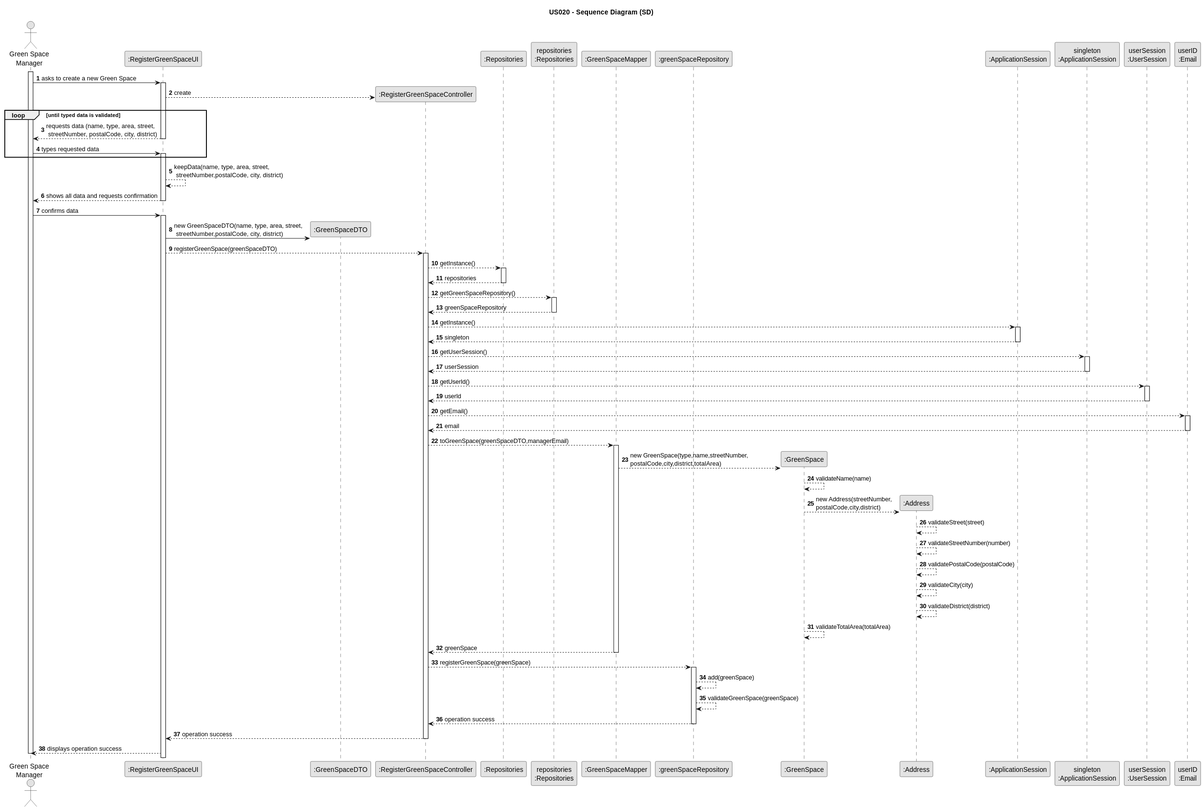
Before: docs/sprintC/us020/03.design/svg/us020-sequence-diagram.svg, a diagram exported from PlantUML (Rui-San/LAPR2_2023_2024).
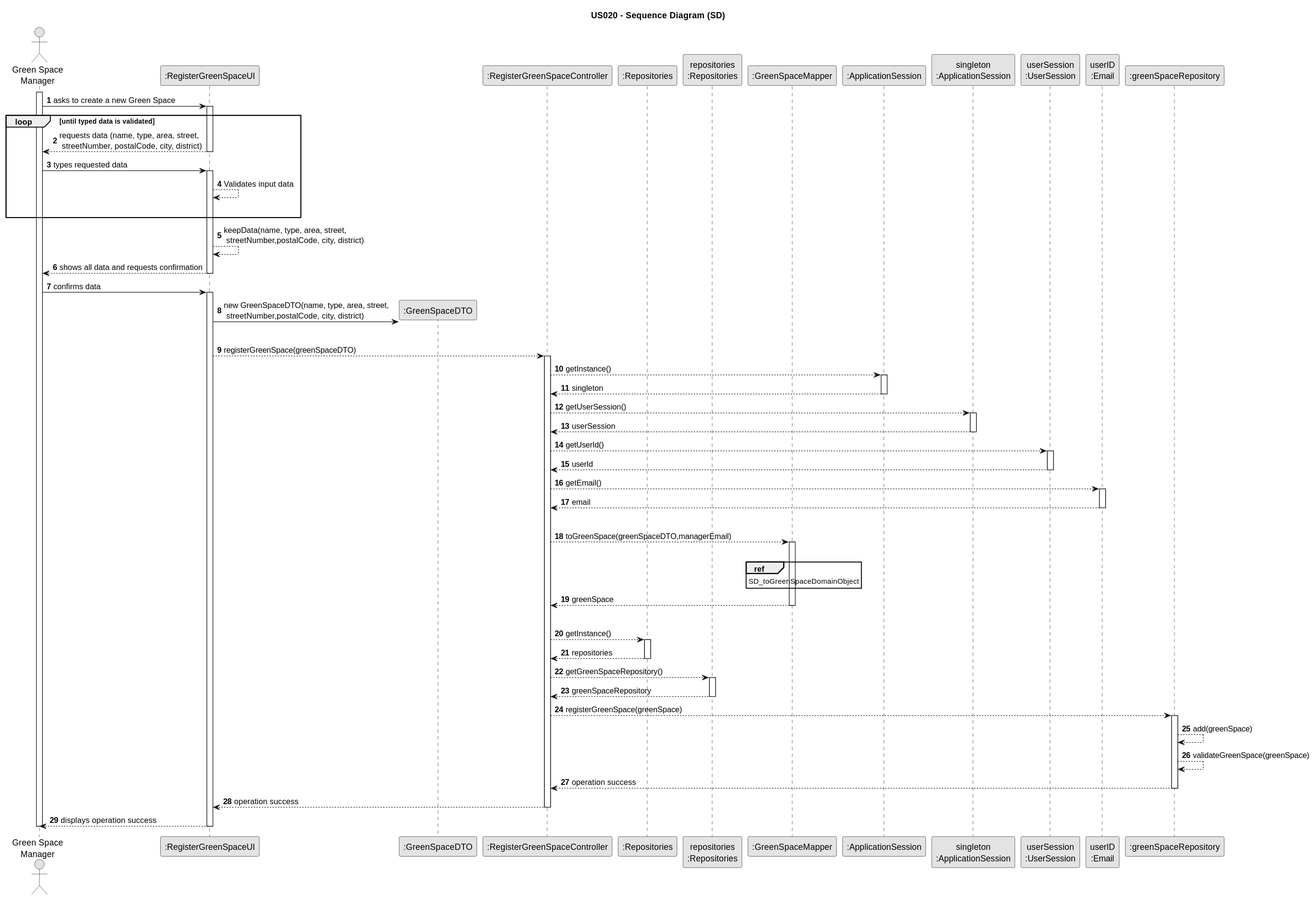
Above is the later version.

The edit, as a diff of the source:
```diff
@@ -14,27 +14,28 @@
 participant ":Repositories" as REPO
 participant "repositories\n:Repositories" as REPOInstance
 participant ":GreenSpaceMapper" as Mapper
-participant ":greenSpaceRepository" as GSRepo
-participant ":GreenSpace" as GS
-participant ":Address" as Address
 participant ":ApplicationSession" as APP
 participant "singleton\n:ApplicationSession" as APPSingleton
 participant "userSession\n:UserSession" as UserSession
 participant "userID\n:Email" as Email
+participant ":greenSpaceRepository" as GSRepo
 
 activate GSM
 
     GSM -> UI : asks to create a new Green Space
     activate UI
 
-        UI --> CTRL** : create
+
 
 loop until typed data is validated
         UI --> GSM : requests data (name, type, area, street,\n streetNumber, postalCode, city, district)
     deactivate UI
 
     GSM -> UI : types requested data
+
     activate UI
+    UI --> UI: Validates input data
+    |||
 end loop
         UI --> UI : keepData(name, type, area, street,\n streetNumber,postalCode, city, district)
         UI --> GSM : shows all data and requests confirmation
@@ -45,20 +46,11 @@
 
         UI -> DTO** : new GreenSpaceDTO(name, type, area, street,\n streetNumber,postalCode, city, district)
 
+|||
         UI --> CTRL : registerGreenSpace(greenSpaceDTO)
         activate CTRL
 
-            CTRL --> REPO : getInstance()
-            activate REPO
 
-                REPO --> CTRL : repositories
-            deactivate REPO
-
-            CTRL --> REPOInstance : getGreenSpaceRepository()
-            activate REPOInstance
-
-                REPOInstance --> CTRL : greenSpaceRepository
-            deactivate REPOInstance
 
             CTRL --> APP : getInstance()
             activate APP
@@ -83,22 +75,32 @@
 
                 Email --> CTRL : email
             deactivate Email
+            |||
+
 
             CTRL --> Mapper : toGreenSpace(greenSpaceDTO,managerEmail)
+            |||
             activate Mapper
+                ref over Mapper
+                SD_toGreenSpaceDomainObject
+                end ref
 
-                Mapper --> GS** : new GreenSpace(type,name,streetNumber,\npostalCode,city,district,totalArea)
-                    GS --> GS : validateName(name)
-                    GS --> Address** : new Address(streetNumber,\npostalCode,city,district)
-                        Address --> Address : validateStreet(street)
-                        Address --> Address : validateStreetNumber(number)
-                        Address --> Address : validatePostalCode(postalCode)
-                        Address --> Address : validateCity(city)
-                        Address --> Address : validateDistrict(district)
-                    GS --> GS : validateTotalArea(totalArea)
                 Mapper --> CTRL : greenSpace
 
             deactivate Mapper
+
+            |||
+            CTRL --> REPO : getInstance()
+                        activate REPO
+
+                            REPO --> CTRL : repositories
+                        deactivate REPO
+
+                        CTRL --> REPOInstance : getGreenSpaceRepository()
+                        activate REPOInstance
+
+                            REPOInstance --> CTRL : greenSpaceRepository
+                        deactivate REPOInstance
 
             CTRL --> GSRepo : registerGreenSpace(greenSpace)
             activate GSRepo
@@ -113,5 +115,6 @@
         deactivate CTRL
 
         UI --> GSM : displays operation success
+        deactivate UI
     deactivate GSM
 @enduml
```
